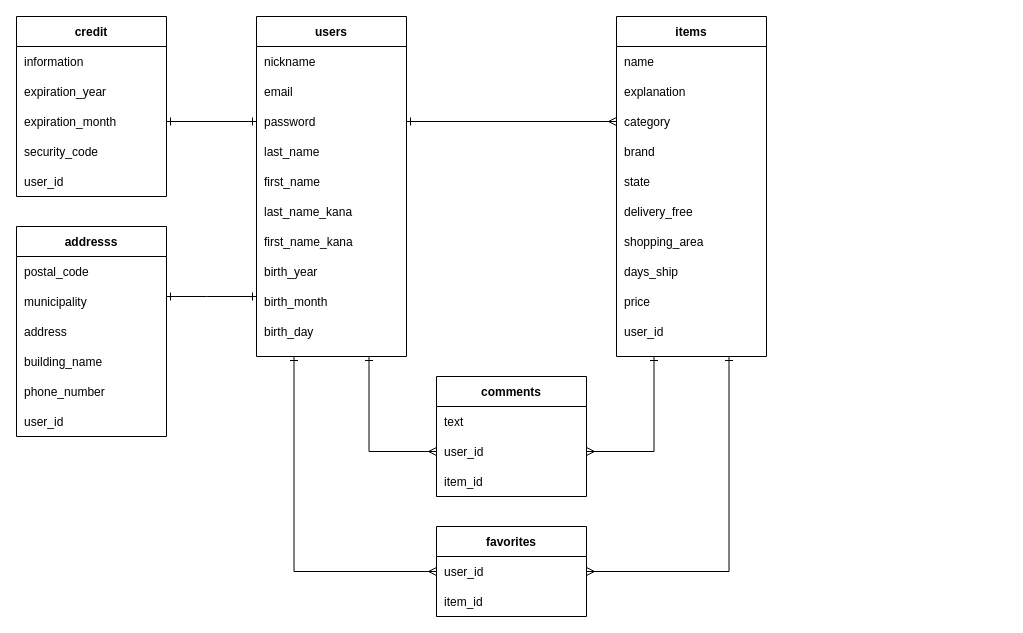
Earlier version of the draw.io diagram furima.dio (ga-syu0106/furima-31534). Source tidied: cells renumbered, new cells numbered last; positions are measured from the earlier drawing's top-left corner, leaving out a move shared by most shapes. Both pictures are drawn from the tidied source at 100%, with x=0, y=0 at pixel (16, 16).
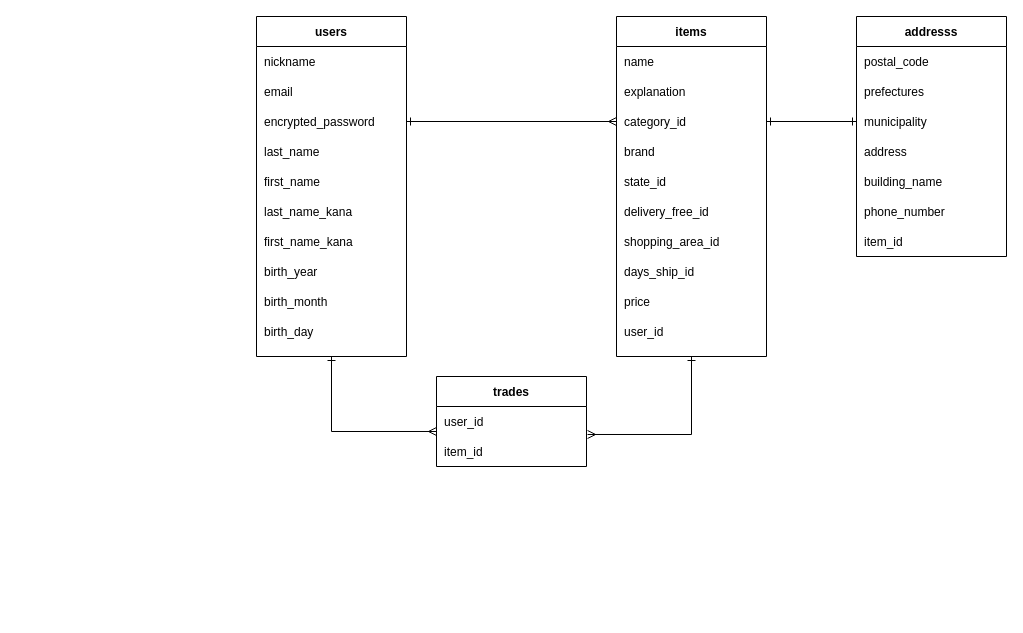
Above is the later version.

The change refers to these unchanged cells:
```xml
<mxCell id="4" value="users" style="shape=table;startSize=30;childLayout=tableLayout;rowLines=0;fontStyle=1;align=center;" parent="1" vertex="1">
  <mxGeometry x="240" width="150" height="340" as="geometry" />
</mxCell>
<mxCell id="9" style="shape=partialRectangle;fillColor=none;top=0;left=0;bottom=0;right=0;points=[[0,0.5],[1,0.5]];portConstraint=eastwest;" parent="4" vertex="1">
  <mxGeometry y="90" width="150" height="30" as="geometry" />
</mxCell>
<mxCell id="27" value="items" style="shape=table;startSize=30;childLayout=tableLayout;rowLines=0;fontStyle=1;align=center;" parent="1" vertex="1">
  <mxGeometry x="600" width="150" height="340" as="geometry" />
</mxCell>
<mxCell id="32" style="shape=partialRectangle;fillColor=none;top=0;left=0;bottom=0;right=0;points=[[0,0.5],[1,0.5]];portConstraint=eastwest;" parent="27" vertex="1">
  <mxGeometry y="90" width="150" height="30" as="geometry" />
</mxCell>
<mxCell id="36" style="shape=partialRectangle;fillColor=none;top=0;left=0;bottom=0;right=0;" parent="27" vertex="1">
  <mxGeometry y="150" width="150" height="30" as="geometry" />
</mxCell>
<mxCell id="38" style="shape=partialRectangle;fillColor=none;top=0;left=0;bottom=0;right=0;" parent="27" vertex="1">
  <mxGeometry y="180" width="150" height="30" as="geometry" />
</mxCell>
<mxCell id="40" style="shape=partialRectangle;fillColor=none;top=0;left=0;bottom=0;right=0;" parent="27" vertex="1">
  <mxGeometry y="210" width="150" height="30" as="geometry" />
</mxCell>
<mxCell id="42" style="shape=partialRectangle;fillColor=none;top=0;left=0;bottom=0;right=0;" parent="27" vertex="1">
  <mxGeometry y="240" width="150" height="30" as="geometry" />
</mxCell>
```

What changed in the source:
```diff
@@
-    <mxCell id="2" style="edgeStyle=orthogonalEdgeStyle;rounded=0;jettySize=auto;html=1;exitX=0.75;exitY=1;exitDx=0;exitDy=0;entryX=0;entryY=0.5;entryDx=0;entryDy=0;startArrow=ERone;startFill=0;endArrow=ERmany;endFill=0;" parent="1" edge="1" source="4" target="51">
-      <mxGeometry relative="1" as="geometry" />
-    </mxCell>
-    <mxCell id="3" style="edgeStyle=orthogonalEdgeStyle;rounded=0;jettySize=auto;html=1;exitX=0.25;exitY=1;exitDx=0;exitDy=0;entryX=0;entryY=0.5;entryDx=0;entryDy=0;startArrow=ERone;startFill=0;endArrow=ERmany;endFill=0;" parent="1" edge="1" source="4" target="80">
-      <mxGeometry relative="1" as="geometry" />
-    </mxCell>
+    <mxCell id="87" style="edgeStyle=orthogonalEdgeStyle;rounded=0;jettySize=auto;html=1;entryX=0;entryY=-0.167;entryDx=0;entryDy=0;entryPerimeter=0;startArrow=ERone;startFill=0;endArrow=ERmany;endFill=0;" parent="1" edge="1" source="4" target="95">
+      <mxGeometry relative="1" as="geometry" />
+    </mxCell>
@@
-    <mxCell id="10" value="password" style="shape=partialRectangle;fillColor=none;top=0;left=0;bottom=0;right=0;align=left;spacingLeft=6;overflow=hidden;" parent="9" vertex="1">
+    <mxCell id="10" value="encrypted_password" style="shape=partialRectangle;fillColor=none;top=0;left=0;bottom=0;right=0;align=left;spacingLeft=6;overflow=hidden;" parent="9" vertex="1">
       <mxGeometry width="150" height="30" as="geometry" />
     </mxCell>
@@
-    <mxCell id="25" style="edgeStyle=orthogonalEdgeStyle;rounded=0;jettySize=auto;html=1;exitX=0.25;exitY=1;exitDx=0;exitDy=0;entryX=1;entryY=0.5;entryDx=0;entryDy=0;startArrow=ERone;startFill=0;endArrow=ERmany;endFill=0;" parent="1" edge="1" source="27" target="51">
-      <mxGeometry relative="1" as="geometry" />
-    </mxCell>
-    <mxCell id="26" style="edgeStyle=orthogonalEdgeStyle;rounded=0;jettySize=auto;html=1;exitX=0.75;exitY=1;exitDx=0;exitDy=0;entryX=1;entryY=0.5;entryDx=0;entryDy=0;startArrow=ERone;startFill=0;endArrow=ERmany;endFill=0;" parent="1" edge="1" source="27" target="80">
-      <mxGeometry relative="1" as="geometry" />
-    </mxCell>
+    <mxCell id="88" style="edgeStyle=orthogonalEdgeStyle;rounded=0;jettySize=auto;html=1;exitX=0.5;exitY=1;exitDx=0;exitDy=0;entryX=1.007;entryY=0.933;entryDx=0;entryDy=0;entryPerimeter=0;startArrow=ERone;startFill=0;endArrow=ERmany;endFill=0;" parent="1" edge="1" source="27" target="93">
+      <mxGeometry relative="1" as="geometry" />
+    </mxCell>
@@
-    <mxCell id="33" value="category" style="shape=partialRectangle;fillColor=none;top=0;left=0;bottom=0;right=0;align=left;spacingLeft=6;overflow=hidden;" parent="32" vertex="1">
+    <mxCell id="33" value="category_id" style="shape=partialRectangle;fillColor=none;top=0;left=0;bottom=0;right=0;align=left;spacingLeft=6;overflow=hidden;" parent="32" vertex="1">
       <mxGeometry width="150" height="30" as="geometry" />
     </mxCell>
@@
-    <mxCell id="37" value="state" style="shape=partialRectangle;fillColor=none;top=0;left=0;bottom=0;right=0;align=left;spacingLeft=6;overflow=hidden;" parent="36" vertex="1">
+    <mxCell id="37" value="state_id" style="shape=partialRectangle;fillColor=none;top=0;left=0;bottom=0;right=0;align=left;spacingLeft=6;overflow=hidden;" parent="36" vertex="1">
       <mxGeometry width="150" height="30" as="geometry" />
     </mxCell>
@@
-    <mxCell id="39" value="delivery_free" style="shape=partialRectangle;fillColor=none;top=0;left=0;bottom=0;right=0;align=left;spacingLeft=6;overflow=hidden;" parent="38" vertex="1">
+    <mxCell id="39" value="delivery_free_id" style="shape=partialRectangle;fillColor=none;top=0;left=0;bottom=0;right=0;align=left;spacingLeft=6;overflow=hidden;" parent="38" vertex="1">
       <mxGeometry width="150" height="30" as="geometry" />
     </mxCell>
@@
-    <mxCell id="41" value="shopping_area" style="shape=partialRectangle;fillColor=none;top=0;left=0;bottom=0;right=0;align=left;spacingLeft=6;overflow=hidden;" parent="40" vertex="1">
+    <mxCell id="41" value="shopping_area_id" style="shape=partialRectangle;fillColor=none;top=0;left=0;bottom=0;right=0;align=left;spacingLeft=6;overflow=hidden;" parent="40" vertex="1">
       <mxGeometry width="150" height="30" as="geometry" />
     </mxCell>
@@
-    <mxCell id="43" value="days_ship" style="shape=partialRectangle;fillColor=none;top=0;left=0;bottom=0;right=0;align=left;spacingLeft=6;overflow=hidden;" parent="42" vertex="1">
+    <mxCell id="43" value="days_ship_id" style="shape=partialRectangle;fillColor=none;top=0;left=0;bottom=0;right=0;align=left;spacingLeft=6;overflow=hidden;" parent="42" vertex="1">
       <mxGeometry width="150" height="30" as="geometry" />
     </mxCell>
@@
-    <mxCell id="48" value="comments" style="shape=table;startSize=30;childLayout=tableLayout;rowLines=0;fontStyle=1;align=center;" parent="1" vertex="1">
-      <mxGeometry x="420" y="360" width="150" height="120" as="geometry" />
-    </mxCell>
-    <mxCell id="49" style="shape=partialRectangle;fillColor=none;top=0;left=0;bottom=0;right=0;" parent="48" vertex="1">
-      <mxGeometry y="30" width="150" height="30" as="geometry" />
-    </mxCell>
-    <mxCell id="50" value="text" style="shape=partialRectangle;fillColor=none;top=0;left=0;bottom=0;right=0;align=left;spacingLeft=6;overflow=hidden;" parent="49" vertex="1">
-      <mxGeometry width="150" height="30" as="geometry" />
-    </mxCell>
-    <mxCell id="51" style="shape=partialRectangle;fillColor=none;top=0;left=0;bottom=0;right=0;points=[[0,0.5],[1,0.5]];portConstraint=eastwest;" parent="48" vertex="1">
-      <mxGeometry y="60" width="150" height="30" as="geometry" />
-    </mxCell>
-    <mxCell id="52" value="user_id" style="shape=partialRectangle;fillColor=none;top=0;left=0;bottom=0;right=0;align=left;spacingLeft=6;overflow=hidden;" parent="51" vertex="1">
-      <mxGeometry width="150" height="30" as="geometry" />
-    </mxCell>
-    <mxCell id="53" style="shape=partialRectangle;fillColor=none;top=0;left=0;bottom=0;right=0;" parent="48" vertex="1">
-      <mxGeometry y="90" width="150" height="30" as="geometry" />
-    </mxCell>
-    <mxCell id="54" value="item_id" style="shape=partialRectangle;fillColor=none;top=0;left=0;bottom=0;right=0;align=left;spacingLeft=6;overflow=hidden;" parent="53" vertex="1">
-      <mxGeometry width="150" height="30" as="geometry" />
-    </mxCell>
-    <mxCell id="55" value="credit" style="shape=table;startSize=30;childLayout=tableLayout;rowLines=0;fontStyle=1;align=center;" parent="1" vertex="1">
-      <mxGeometry width="150" height="180" as="geometry" />
-    </mxCell>
-    <mxCell id="56" style="shape=partialRectangle;fillColor=none;top=0;left=0;bottom=0;right=0;" parent="55" vertex="1">
-      <mxGeometry y="30" width="150" height="30" as="geometry" />
-    </mxCell>
-    <mxCell id="57" value="information" style="shape=partialRectangle;fillColor=none;top=0;left=0;bottom=0;right=0;align=left;spacingLeft=6;overflow=hidden;" parent="56" vertex="1">
-      <mxGeometry width="150" height="30" as="geometry" />
-    </mxCell>
-    <mxCell id="58" style="shape=partialRectangle;fillColor=none;top=0;left=0;bottom=0;right=0;" parent="55" vertex="1">
-      <mxGeometry y="60" width="150" height="30" as="geometry" />
-    </mxCell>
-    <mxCell id="59" value="expiration_year" style="shape=partialRectangle;fillColor=none;top=0;left=0;bottom=0;right=0;align=left;spacingLeft=6;overflow=hidden;" parent="58" vertex="1">
-      <mxGeometry width="150" height="30" as="geometry" />
-    </mxCell>
-    <mxCell id="60" style="shape=partialRectangle;fillColor=none;top=0;left=0;bottom=0;right=0;points=[[0,0.5],[1,0.5]];portConstraint=eastwest;" parent="55" vertex="1">
-      <mxGeometry y="90" width="150" height="30" as="geometry" />
-    </mxCell>
-    <mxCell id="61" value="expiration_month" style="shape=partialRectangle;fillColor=none;top=0;left=0;bottom=0;right=0;align=left;spacingLeft=6;overflow=hidden;" parent="60" vertex="1">
-      <mxGeometry width="150" height="30" as="geometry" />
-    </mxCell>
-    <mxCell id="62" style="shape=partialRectangle;fillColor=none;top=0;left=0;bottom=0;right=0;" parent="55" vertex="1">
-      <mxGeometry y="120" width="150" height="30" as="geometry" />
-    </mxCell>
-    <mxCell id="63" value="security_code" style="shape=partialRectangle;fillColor=none;top=0;left=0;bottom=0;right=0;align=left;spacingLeft=6;overflow=hidden;" parent="62" vertex="1">
-      <mxGeometry width="150" height="30" as="geometry" />
-    </mxCell>
-    <mxCell id="64" style="shape=partialRectangle;fillColor=none;top=0;left=0;bottom=0;right=0;" parent="55" vertex="1">
-      <mxGeometry y="150" width="150" height="30" as="geometry" />
-    </mxCell>
-    <mxCell id="65" value="user_id" style="shape=partialRectangle;fillColor=none;top=0;left=0;bottom=0;right=0;align=left;spacingLeft=6;overflow=hidden;" parent="64" vertex="1">
-      <mxGeometry width="150" height="30" as="geometry" />
-    </mxCell>
     <mxCell id="66" value="addresss" style="shape=table;startSize=30;childLayout=tableLayout;rowLines=0;fontStyle=1;align=center;" parent="1" vertex="1">
-      <mxGeometry y="210" width="150" height="210" as="geometry" />
+      <mxGeometry x="840" width="150" height="240" as="geometry" />
     </mxCell>
@@
+    <mxCell id="89" style="shape=partialRectangle;fillColor=none;top=0;left=0;bottom=0;right=0;" parent="66" vertex="1">
+      <mxGeometry y="60" width="150" height="30" as="geometry" />
+    </mxCell>
+    <mxCell id="90" value="prefectures" style="shape=partialRectangle;fillColor=none;top=0;left=0;bottom=0;right=0;align=left;spacingLeft=6;overflow=hidden;" parent="89" vertex="1">
+      <mxGeometry width="150" height="30" as="geometry" />
+    </mxCell>
     <mxCell id="69" style="shape=partialRectangle;fillColor=none;top=0;left=0;bottom=0;right=0;points=[[0,0.5],[1,0.5]];portConstraint=eastwest;" parent="66" vertex="1">
-      <mxGeometry y="60" width="150" height="30" as="geometry" />
+      <mxGeometry y="90" width="150" height="30" as="geometry" />
     </mxCell>
@@
     <mxCell id="71" style="shape=partialRectangle;fillColor=none;top=0;left=0;bottom=0;right=0;" parent="66" vertex="1">
-      <mxGeometry y="90" width="150" height="30" as="geometry" />
+      <mxGeometry y="120" width="150" height="30" as="geometry" />
     </mxCell>
@@
     <mxCell id="73" style="shape=partialRectangle;fillColor=none;top=0;left=0;bottom=0;right=0;" parent="66" vertex="1">
-      <mxGeometry y="120" width="150" height="30" as="geometry" />
+      <mxGeometry y="150" width="150" height="30" as="geometry" />
     </mxCell>
@@
     <mxCell id="75" style="shape=partialRectangle;fillColor=none;top=0;left=0;bottom=0;right=0;" parent="66" vertex="1">
-      <mxGeometry y="150" width="150" height="30" as="geometry" />
+      <mxGeometry y="180" width="150" height="30" as="geometry" />
     </mxCell>
@@
     <mxCell id="77" style="shape=partialRectangle;fillColor=none;top=0;left=0;bottom=0;right=0;" parent="66" vertex="1">
-      <mxGeometry y="180" width="150" height="30" as="geometry" />
+      <mxGeometry y="210" width="150" height="30" as="geometry" />
     </mxCell>
-    <mxCell id="78" value="user_id" style="shape=partialRectangle;fillColor=none;top=0;left=0;bottom=0;right=0;align=left;spacingLeft=6;overflow=hidden;" parent="77" vertex="1">
+    <mxCell id="78" value="item_id" style="shape=partialRectangle;fillColor=none;top=0;left=0;bottom=0;right=0;align=left;spacingLeft=6;overflow=hidden;" parent="77" vertex="1">
       <mxGeometry width="150" height="30" as="geometry" />
     </mxCell>
-    <mxCell id="79" value="favorites" style="shape=table;startSize=30;childLayout=tableLayout;rowLines=0;fontStyle=1;align=center;" parent="1" vertex="1">
-      <mxGeometry x="420" y="510" width="150" height="90" as="geometry" />
-    </mxCell>
-    <mxCell id="80" style="shape=partialRectangle;fillColor=none;top=0;left=0;bottom=0;right=0;points=[[0,0.5],[1,0.5]];portConstraint=eastwest;" parent="79" vertex="1">
-      <mxGeometry y="30" width="150" height="30" as="geometry" />
-    </mxCell>
-    <mxCell id="81" value="user_id" style="shape=partialRectangle;fillColor=none;top=0;left=0;bottom=0;right=0;align=left;spacingLeft=6;overflow=hidden;" parent="80" vertex="1">
-      <mxGeometry width="150" height="30" as="geometry" />
-    </mxCell>
-    <mxCell id="82" style="shape=partialRectangle;fillColor=none;top=0;left=0;bottom=0;right=0;" parent="79" vertex="1">
-      <mxGeometry y="60" width="150" height="30" as="geometry" />
-    </mxCell>
-    <mxCell id="83" value="item_id" style="shape=partialRectangle;fillColor=none;top=0;left=0;bottom=0;right=0;align=left;spacingLeft=6;overflow=hidden;" parent="82" vertex="1">
-      <mxGeometry width="150" height="30" as="geometry" />
-    </mxCell>
-    <mxCell id="84" style="edgeStyle=orthogonalEdgeStyle;rounded=0;jettySize=auto;html=1;exitX=1;exitY=0.5;exitDx=0;exitDy=0;entryX=0;entryY=0.5;entryDx=0;entryDy=0;endArrow=ERone;endFill=0;startArrow=ERone;startFill=0;" parent="1" edge="1" source="60" target="9">
-      <mxGeometry relative="1" as="geometry" />
-    </mxCell>
@@
-    <mxCell id="86" style="edgeStyle=orthogonalEdgeStyle;rounded=0;orthogonalLoop=1;jettySize=auto;html=1;exitX=1;exitY=0.5;exitDx=0;exitDy=0;entryX=0;entryY=0.5;entryDx=0;entryDy=0;endArrow=ERone;endFill=0;startArrow=ERone;startFill=0;" parent="1" edge="1">
-      <mxGeometry relative="1" as="geometry">
-        <mxPoint x="150" y="280" as="sourcePoint" />
-        <mxPoint x="240" y="280" as="targetPoint" />
-        <Array as="points">
-          <mxPoint x="190" y="280" />
-          <mxPoint x="190" y="280" />
-        </Array>
-      </mxGeometry>
-    </mxCell>
+    <mxCell id="91" style="edgeStyle=orthogonalEdgeStyle;rounded=0;jettySize=auto;html=1;exitX=1;exitY=0.5;exitDx=0;exitDy=0;entryX=0;entryY=0.5;entryDx=0;entryDy=0;startArrow=ERone;startFill=0;endArrow=ERone;endFill=0;" parent="1" edge="1" source="32" target="69">
+      <mxGeometry relative="1" as="geometry" />
+    </mxCell>
+    <mxCell id="92" value="trades" style="shape=table;startSize=30;childLayout=tableLayout;rowLines=0;fontStyle=1;align=center;" parent="1" vertex="1">
+      <mxGeometry x="420" y="360" width="150" height="90" as="geometry" />
+    </mxCell>
+    <mxCell id="93" style="shape=partialRectangle;fillColor=none;top=0;left=0;bottom=0;right=0;points=[[0,0.5],[1,0.5]];portConstraint=eastwest;" parent="92" vertex="1">
+      <mxGeometry y="30" width="150" height="30" as="geometry" />
+    </mxCell>
+    <mxCell id="94" value="user_id" style="shape=partialRectangle;fillColor=none;top=0;left=0;bottom=0;right=0;align=left;spacingLeft=6;overflow=hidden;" parent="93" vertex="1">
+      <mxGeometry width="150" height="30" as="geometry" />
+    </mxCell>
+    <mxCell id="95" style="shape=partialRectangle;fillColor=none;top=0;left=0;bottom=0;right=0;points=[[0,0.5],[1,0.5]];portConstraint=eastwest;" parent="92" vertex="1">
+      <mxGeometry y="60" width="150" height="30" as="geometry" />
+    </mxCell>
+    <mxCell id="96" value="item_id" style="shape=partialRectangle;fillColor=none;top=0;left=0;bottom=0;right=0;align=left;spacingLeft=6;overflow=hidden;" parent="95" vertex="1">
+      <mxGeometry width="150" height="30" as="geometry" />
+    </mxCell>
```
